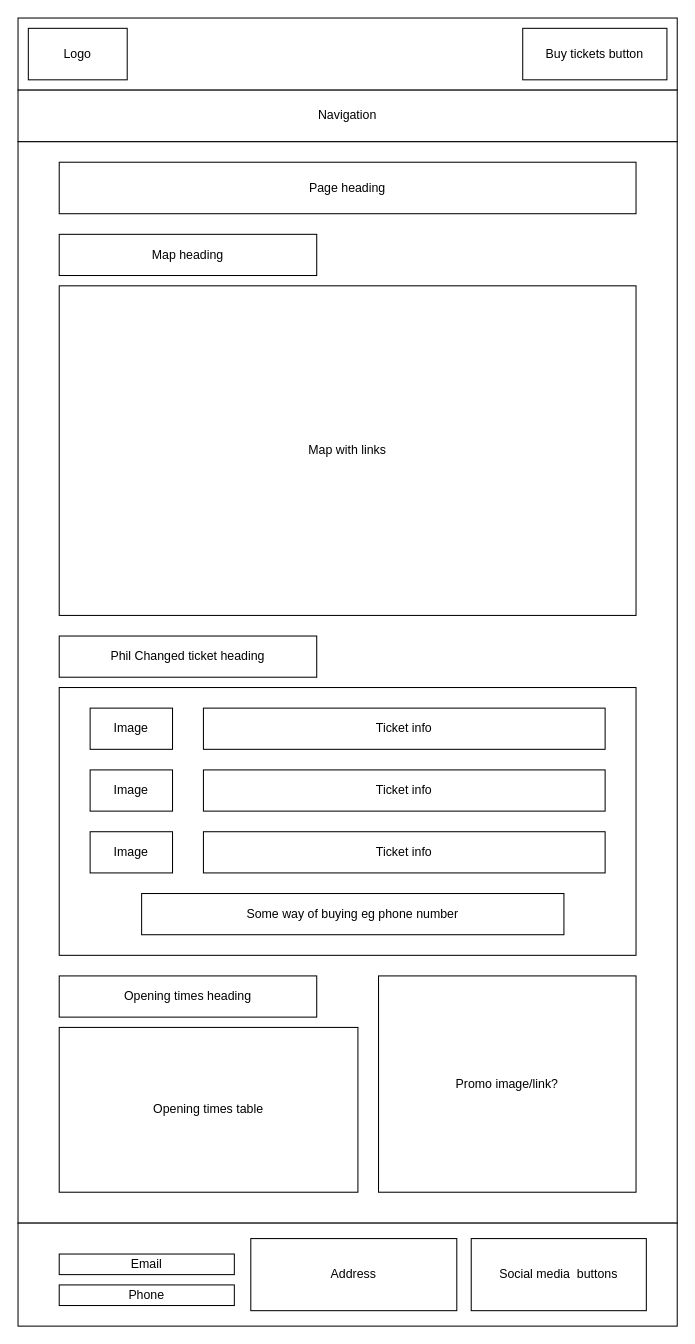
Earlier version of the draw.io diagram Wireframes/ThemeParkInfo_wide - Copy for test.drawio (pmcclure852/WebDevGroupProj). Source tidied: cells renumbered, new cells numbered last; positions are measured from the earlier drawing's top-left corner, leaving out a move shared by most shapes. Both pictures are drawn from the tidied source at 103%, with x=0, y=0 at pixel (18, 18).
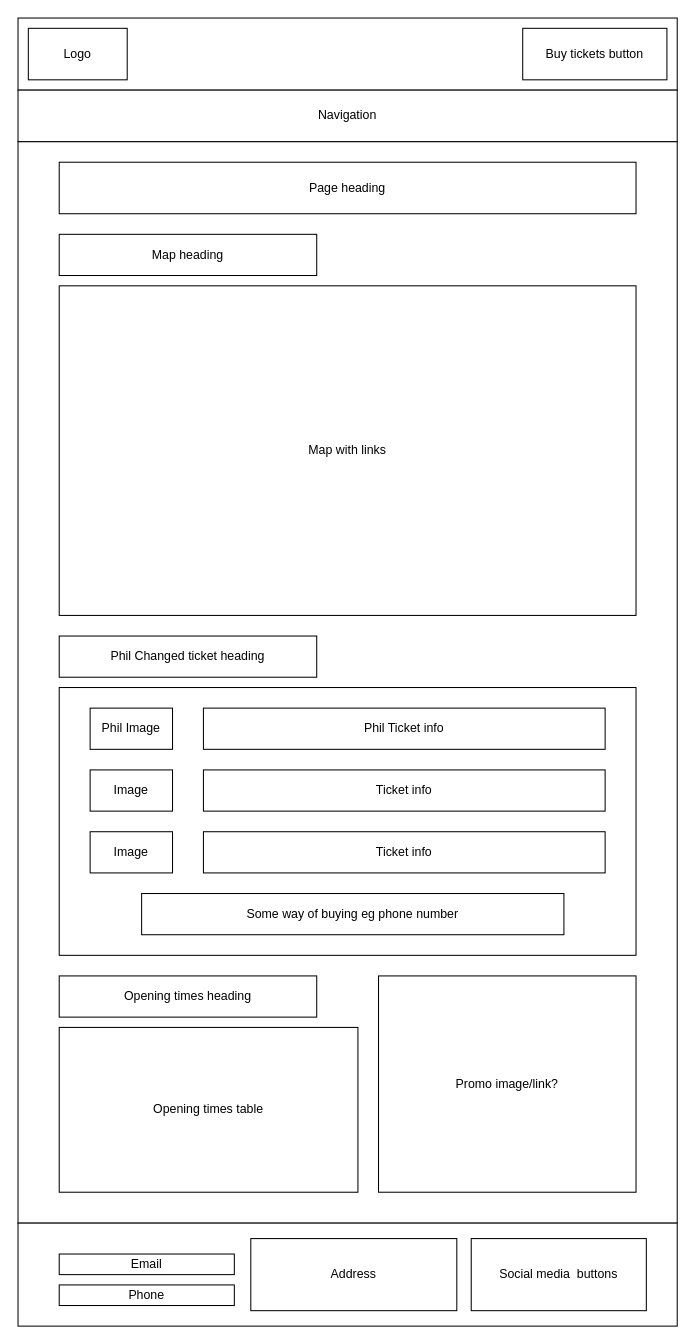
The same diagram, later.

Change to the diagram source:
```diff
@@
-    <mxCell id="13" value="Image" style="rounded=0;whiteSpace=wrap;html=1;" parent="1" vertex="1">
+    <mxCell id="13" value="Phil Image" style="rounded=0;whiteSpace=wrap;html=1;" parent="1" vertex="1">
       <mxGeometry x="70" y="670" width="80" height="40" as="geometry" />
     </mxCell>
@@
-    <mxCell id="16" value="Ticket info" style="rounded=0;whiteSpace=wrap;html=1;" parent="1" vertex="1">
+    <mxCell id="16" value="Phil Ticket info" style="rounded=0;whiteSpace=wrap;html=1;" parent="1" vertex="1">
       <mxGeometry x="180" y="670" width="390" height="40" as="geometry" />
     </mxCell>
```
